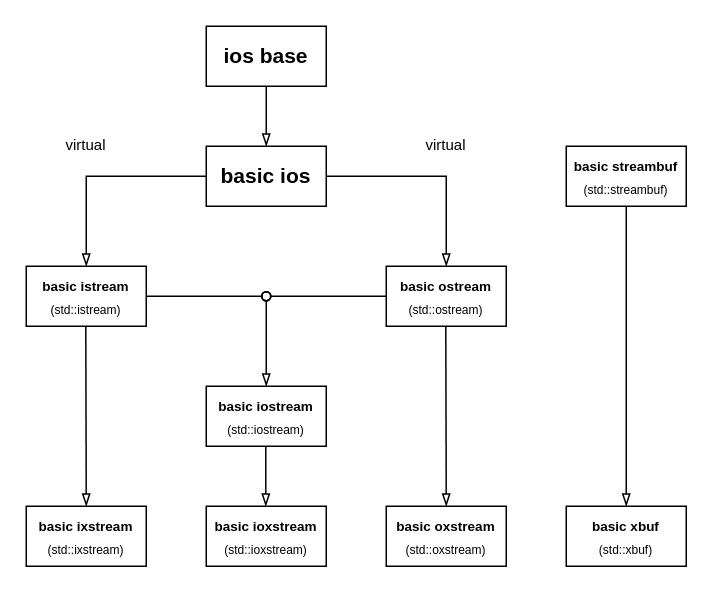
This is projects/examples/source/13.01.drawio from i-s-m-mipt/Education, a draw.io file, before an edit. Source tidied: cells renumbered, new cells numbered last; positions are measured from the earlier drawing's top-left corner, leaving out a move shared by most shapes. Both pictures are drawn from the tidied source at 150%, with x=0, y=0 at pixel (26, 26).
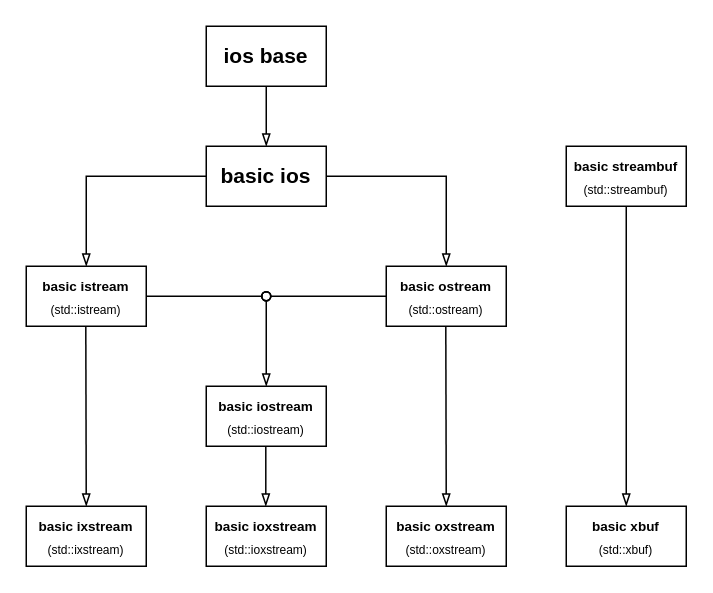
The same page after the edit.

What changed in the source:
```diff
@@
-    <mxCell id="10" value="&lt;font style=&quot;font-size: 10px;&quot;&gt;virtual&lt;/font&gt;" style="text;html=1;align=center;verticalAlign=middle;whiteSpace=wrap;rounded=0;fontFamily=Helvetica;" parent="1" vertex="1">
-      <mxGeometry y="59" width="80" height="40" as="geometry" />
-    </mxCell>
@@
-    <mxCell id="18" value="&lt;font style=&quot;font-size: 10px;&quot;&gt;virtual&lt;/font&gt;" style="text;html=1;align=center;verticalAlign=middle;whiteSpace=wrap;rounded=0;fontFamily=Helvetica;" parent="1" vertex="1">
-      <mxGeometry x="240" y="59" width="80" height="40" as="geometry" />
-    </mxCell>
```
